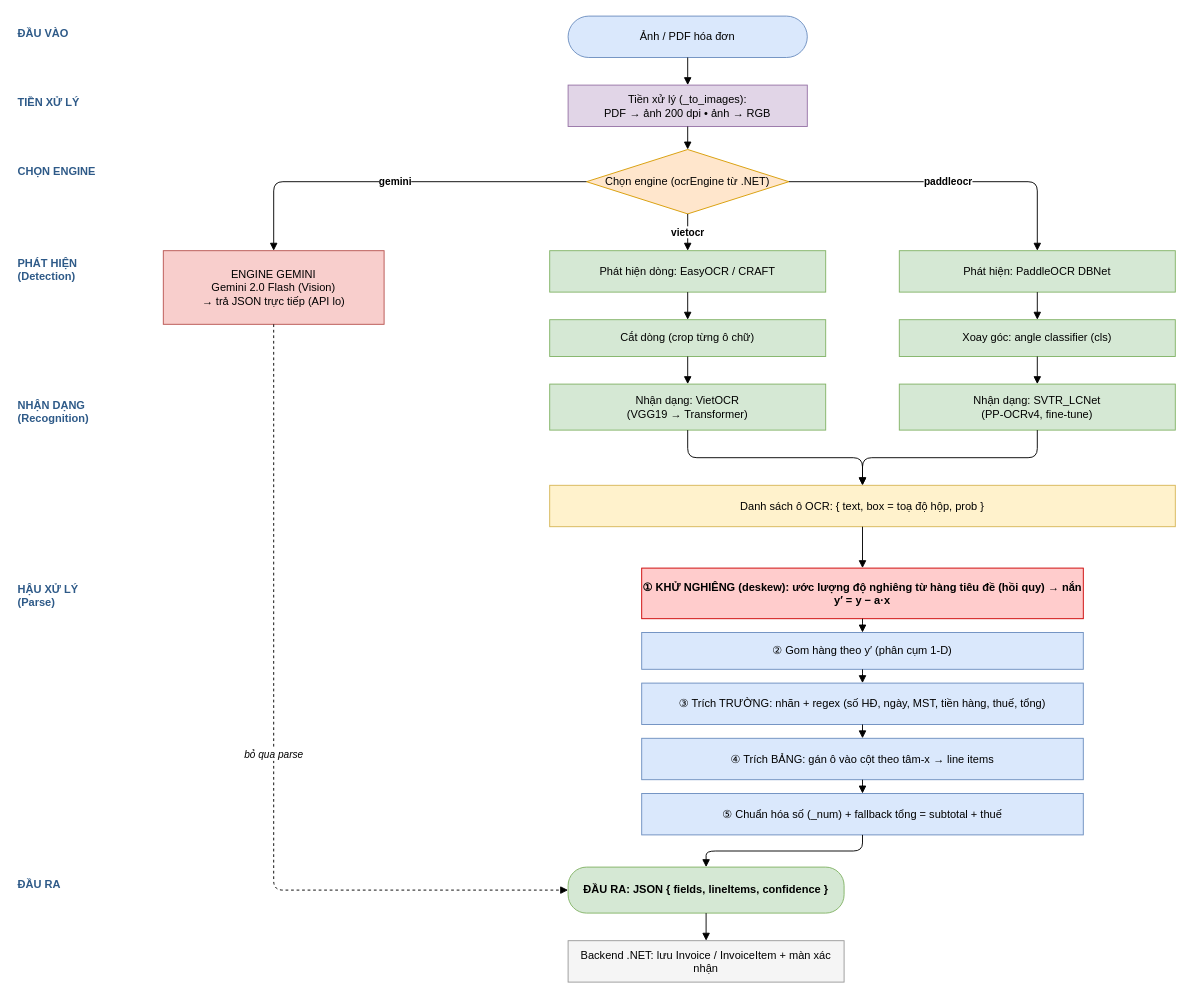
Before: ocr-service/ai_pipeline.drawio in thuongerikdev/TownHub, a draw.io diagram. Source tidied: cells renumbered, new cells numbered last; positions are measured from the earlier drawing's top-left corner, leaving out a move shared by most shapes. Both pictures are drawn from the tidied source at 92%, with x=0, y=0 at pixel (16, 16).
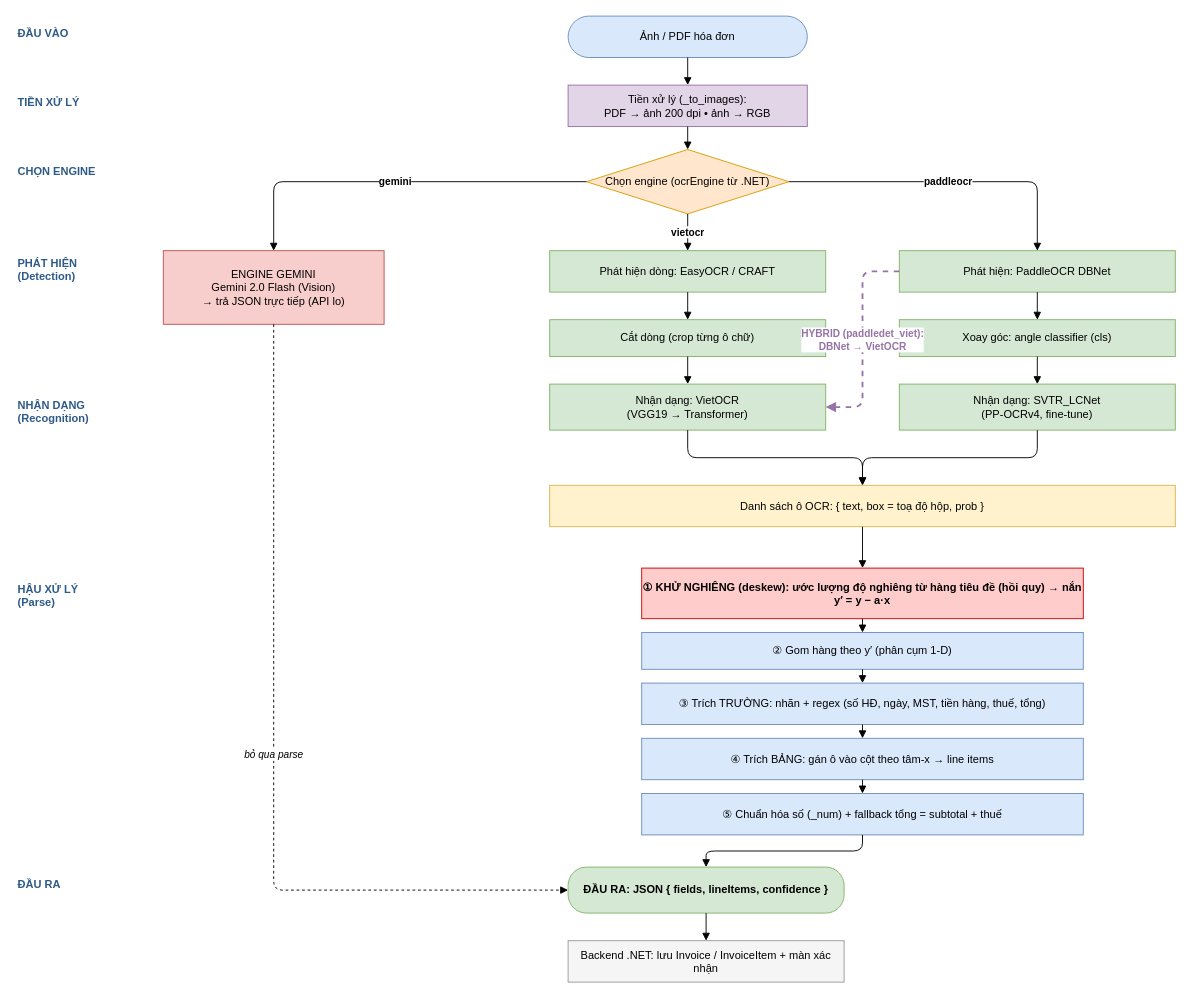
After the change.

Commit message (it also covers changes not shown here):
docs: thêm nhánh hybrid (DBNet→VietOCR) vào sơ đồ luồng AI Hình 4.19

Unchanged cells that the change refers to:
```xml
<mxCell id="15" value="Nhận dạng: VietOCR&#10;(VGG19 → Transformer)" style="rounded=0;whiteSpace=wrap;html=1;fillColor=#d5e8d4;strokeColor=#82b366;" parent="1" vertex="1">
  <mxGeometry x="580" y="400" width="300" height="50" as="geometry" />
</mxCell>
<mxCell id="16" value="Phát hiện: PaddleOCR DBNet" style="rounded=0;whiteSpace=wrap;html=1;fillColor=#d5e8d4;strokeColor=#82b366;" parent="1" vertex="1">
  <mxGeometry x="960" y="255" width="300" height="45" as="geometry" />
</mxCell>
```

The edit, as a diff of the source:
```diff
@@
+    <mxCell id="46" value="HYBRID (paddledet_viet):&#10;DBNet → VietOCR" style="edgeStyle=orthogonalEdgeStyle;html=1;endArrow=block;dashed=1;strokeColor=#9673a6;strokeWidth=2;fontColor=#9673a6;fontStyle=1;exitX=0;exitY=0.5;entryX=1;entryY=0.5;" parent="1" edge="1" source="16" target="15">
+      <mxGeometry relative="1" as="geometry" />
+    </mxCell>
```
